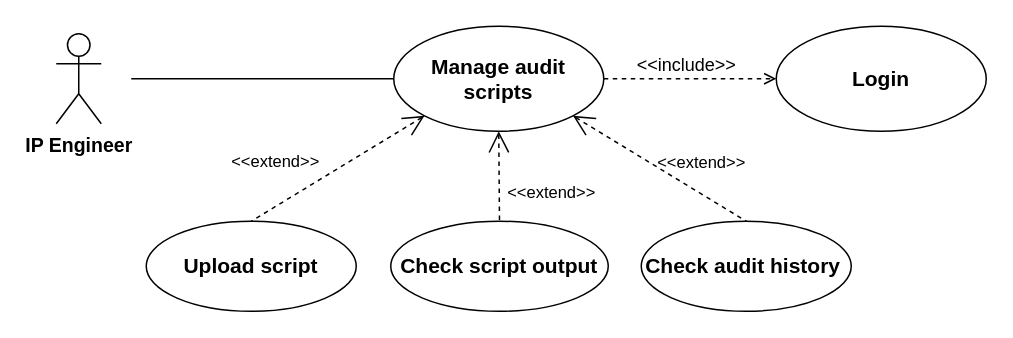
DrXneaky/Diagram keeps this draw.io diagram as use_case_i.drawio. Above is the earlier version. Source tidied: cells renumbered, new cells numbered last; positions are measured from the earlier drawing's top-left corner, leaving out a move shared by most shapes. Both pictures are drawn from the tidied source at 150%, with x=0, y=0 at pixel (56, 26).
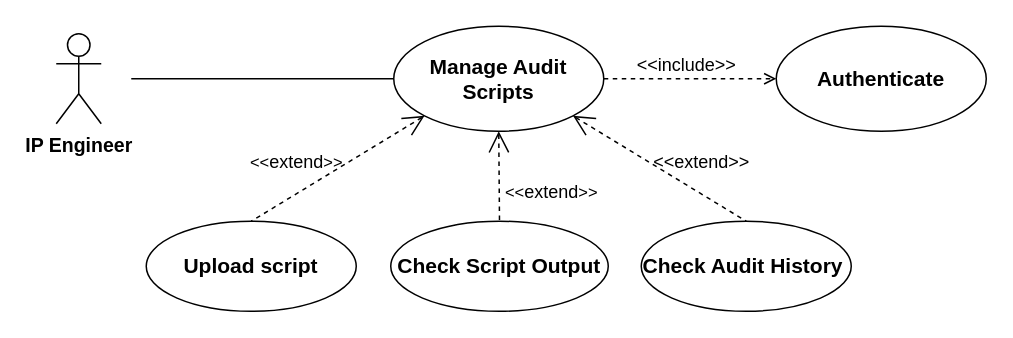
The same diagram, later.

What changed in the source:
```diff
@@
 <mxGraphModel>
   <root>
     <mxCell id="0" />
     <mxCell id="1" parent="0" />
     <mxCell id="2" value="&lt;font face=&quot;Old Standard TT&quot; size=&quot;1&quot;&gt;&lt;b style=&quot;font-size: 13px&quot;&gt;IP Engineer&lt;/b&gt;&lt;/font&gt;" style="shape=umlActor;html=1;verticalLabelPosition=bottom;verticalAlign=top;align=center;" parent="1" vertex="1">
       <mxGeometry y="5" width="30" height="60" as="geometry" />
     </mxCell>
-    <mxCell id="3" value="&lt;font face=&quot;Old Standard TT&quot; size=&quot;1&quot;&gt;&lt;b style=&quot;font-size: 14px&quot;&gt;Login&lt;/b&gt;&lt;/font&gt;" style="ellipse;whiteSpace=wrap;html=1;fillColor=none;" parent="1" vertex="1">
+    <mxCell id="3" value="&lt;font face=&quot;Old Standard TT&quot;&gt;&lt;span style=&quot;font-size: 14px&quot;&gt;&lt;b&gt;Authenticate&lt;/b&gt;&lt;/span&gt;&lt;/font&gt;" style="ellipse;whiteSpace=wrap;html=1;fillColor=none;" parent="1" vertex="1">
       <mxGeometry x="480" width="140" height="70" as="geometry" />
     </mxCell>
-    <mxCell id="4" value="&lt;font face=&quot;Old Standard TT&quot; size=&quot;1&quot;&gt;&lt;b style=&quot;font-size: 14px&quot;&gt;Manage audit scripts&lt;/b&gt;&lt;/font&gt;" style="ellipse;whiteSpace=wrap;html=1;fillColor=none;" parent="1" vertex="1">
+    <mxCell id="4" value="&lt;font face=&quot;Old Standard TT&quot; size=&quot;1&quot;&gt;&lt;b style=&quot;font-size: 14px&quot;&gt;Manage Audit Scripts&lt;/b&gt;&lt;/font&gt;" style="ellipse;whiteSpace=wrap;html=1;fillColor=none;" parent="1" vertex="1">
       <mxGeometry x="225" width="140" height="70" as="geometry" />
     </mxCell>
     <mxCell id="5" value="&lt;font style=&quot;font-size: 12px&quot;&gt;&amp;lt;&amp;lt;&lt;font face=&quot;Old Standard TT&quot; style=&quot;font-size: 12px&quot;&gt;include&lt;/font&gt;&amp;gt;&amp;gt;&lt;/font&gt;" style="edgeStyle=none;html=1;endArrow=open;verticalAlign=bottom;dashed=1;labelBackgroundColor=none;exitX=1;exitY=0.5;exitDx=0;exitDy=0;entryX=0;entryY=0.5;entryDx=0;entryDy=0;" parent="1" edge="1" source="4" target="3">
       <mxGeometry x="-0.04" relative="1" as="geometry" />
     </mxCell>
     <mxCell id="6" style="edgeStyle=none;html=1;endArrow=none;verticalAlign=bottom;entryX=0;entryY=0.5;entryDx=0;entryDy=0;" parent="1" edge="1" target="4">
       <mxGeometry relative="1" as="geometry">
         <mxPoint x="50" y="35" as="sourcePoint" />
       </mxGeometry>
     </mxCell>
     <mxCell id="7" value="&lt;font face=&quot;Old Standard TT&quot; size=&quot;1&quot;&gt;&lt;b style=&quot;font-size: 14px&quot;&gt;Upload script&lt;/b&gt;&lt;/font&gt;" style="ellipse;whiteSpace=wrap;html=1;fillColor=none;" parent="1" vertex="1">
       <mxGeometry x="60" y="130" width="140" height="60" as="geometry" />
     </mxCell>
-    <mxCell id="8" value="&lt;font face=&quot;Old Standard TT&quot; size=&quot;1&quot;&gt;&lt;b style=&quot;font-size: 14px&quot;&gt;Check audit history&amp;nbsp;&lt;/b&gt;&lt;/font&gt;" style="ellipse;whiteSpace=wrap;html=1;fillColor=none;" parent="1" vertex="1">
+    <mxCell id="8" value="&lt;font face=&quot;Old Standard TT&quot; size=&quot;1&quot;&gt;&lt;b style=&quot;font-size: 14px&quot;&gt;Check Audit History&amp;nbsp;&lt;/b&gt;&lt;/font&gt;" style="ellipse;whiteSpace=wrap;html=1;fillColor=none;" parent="1" vertex="1">
       <mxGeometry x="390" y="130" width="140" height="60" as="geometry" />
     </mxCell>
-    <mxCell id="9" value="&lt;font face=&quot;Old Standard TT&quot; size=&quot;1&quot;&gt;&lt;b style=&quot;font-size: 14px&quot;&gt;Check script output&lt;/b&gt;&lt;/font&gt;" style="ellipse;whiteSpace=wrap;html=1;fillColor=none;" parent="1" vertex="1">
+    <mxCell id="9" value="&lt;font face=&quot;Old Standard TT&quot; size=&quot;1&quot;&gt;&lt;b style=&quot;font-size: 14px&quot;&gt;Check Script Output&lt;/b&gt;&lt;/font&gt;" style="ellipse;whiteSpace=wrap;html=1;fillColor=none;" parent="1" vertex="1">
       <mxGeometry x="223" y="130" width="145" height="60" as="geometry" />
     </mxCell>
-    <mxCell id="10" value="&amp;lt;&amp;lt;extend&amp;gt;&amp;gt;" style="edgeStyle=none;html=1;startArrow=open;endArrow=none;startSize=12;verticalAlign=bottom;dashed=1;labelBackgroundColor=none;exitX=1;exitY=1;exitDx=0;exitDy=0;entryX=0.5;entryY=0;entryDx=0;entryDy=0;" parent="1" edge="1" source="4" target="8">
+    <mxCell id="10" value="&lt;font style=&quot;font-size: 12px&quot;&gt;&amp;lt;&amp;lt;&lt;font face=&quot;Old Standard TT&quot; style=&quot;font-size: 12px&quot;&gt;extend&lt;/font&gt;&amp;gt;&amp;gt;&lt;/font&gt;" style="edgeStyle=none;html=1;startArrow=open;endArrow=none;startSize=12;verticalAlign=bottom;dashed=1;labelBackgroundColor=none;exitX=1;exitY=1;exitDx=0;exitDy=0;entryX=0.5;entryY=0;entryDx=0;entryDy=0;" parent="1" edge="1" source="4" target="8">
       <mxGeometry x="0.39" y="10" relative="1" as="geometry" />
     </mxCell>
-    <mxCell id="11" value="&amp;lt;&amp;lt;extend&amp;gt;&amp;gt;" style="edgeStyle=none;html=1;startArrow=open;endArrow=none;startSize=12;verticalAlign=bottom;dashed=1;labelBackgroundColor=none;entryX=0.5;entryY=0;entryDx=0;entryDy=0;exitX=0;exitY=1;exitDx=0;exitDy=0;" parent="1" edge="1" source="4" target="7">
-      <mxGeometry x="0.57" y="-18" relative="1" as="geometry" />
+    <mxCell id="11" value="&amp;lt;&amp;lt;&lt;font face=&quot;Old Standard TT&quot; style=&quot;font-size: 12px&quot;&gt;extend&lt;/font&gt;&amp;gt;&amp;gt;" style="edgeStyle=none;html=1;startArrow=open;endArrow=none;startSize=12;verticalAlign=bottom;dashed=1;labelBackgroundColor=none;entryX=0.5;entryY=0;entryDx=0;entryDy=0;exitX=0;exitY=1;exitDx=0;exitDy=0;" parent="1" edge="1" source="4" target="7">
+      <mxGeometry x="0.39" y="-10" relative="1" as="geometry" />
     </mxCell>
-    <mxCell id="12" value="&amp;lt;&amp;lt;extend&amp;gt;&amp;gt;" style="edgeStyle=none;html=1;startArrow=open;endArrow=none;startSize=12;verticalAlign=bottom;dashed=1;labelBackgroundColor=none;entryX=0.5;entryY=0;entryDx=0;entryDy=0;exitX=0.5;exitY=1;exitDx=0;exitDy=0;" parent="1" edge="1" source="4" target="9">
+    <mxCell id="12" value="&amp;lt;&amp;lt;&lt;font face=&quot;Old Standard TT&quot; style=&quot;font-size: 12px&quot;&gt;extend&lt;/font&gt;&amp;gt;&amp;gt;" style="edgeStyle=none;html=1;startArrow=open;endArrow=none;startSize=12;verticalAlign=bottom;dashed=1;labelBackgroundColor=none;entryX=0.5;entryY=0;entryDx=0;entryDy=0;exitX=0.5;exitY=1;exitDx=0;exitDy=0;" parent="1" edge="1" source="4" target="9">
       <mxGeometry x="0.68" y="35" relative="1" as="geometry" />
     </mxCell>
   </root>
 </mxGraphModel>
```
